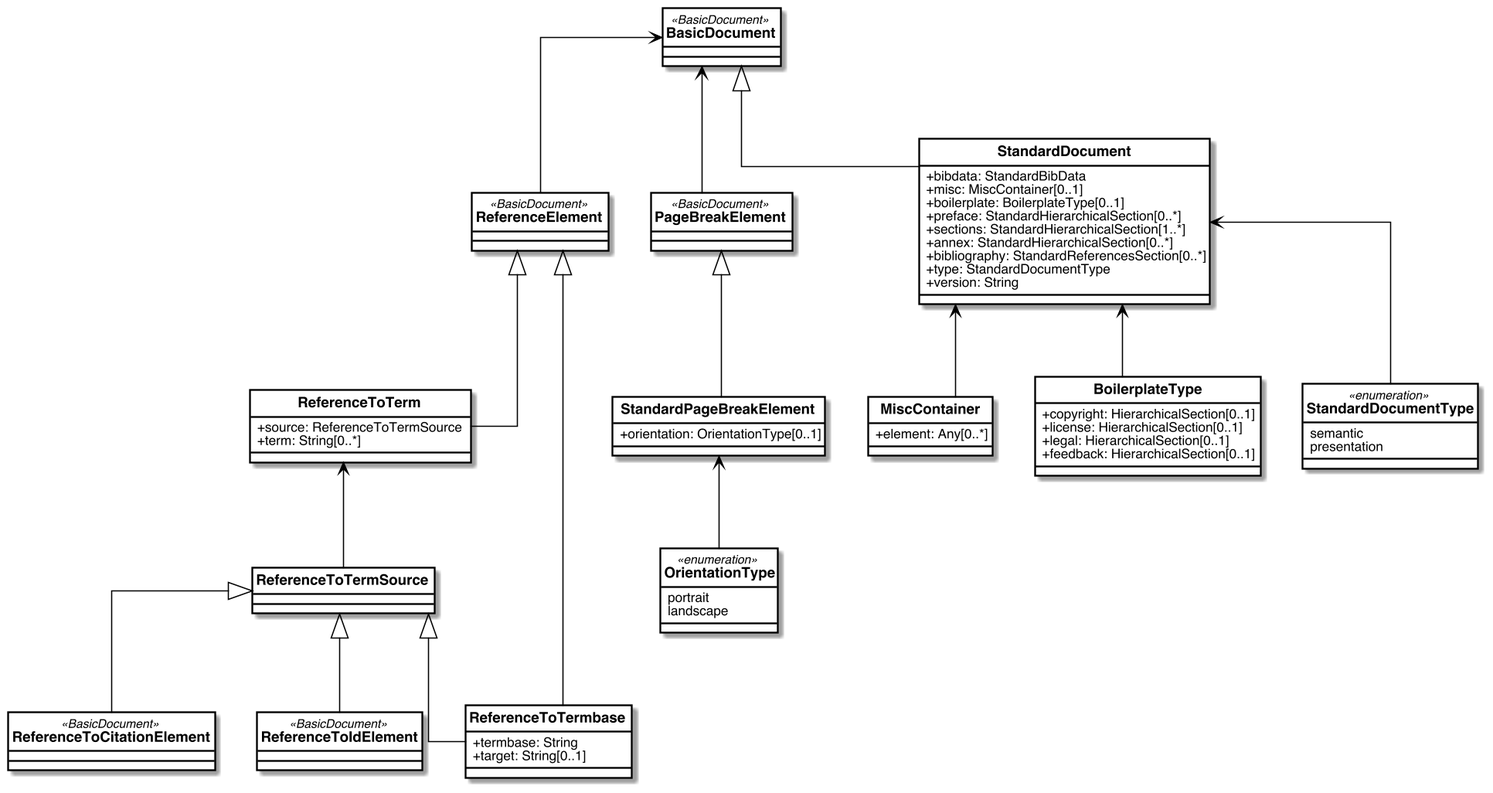
Before: standoc/images/StandardDoc_StandardDocument.png, a diagram exported from PlantUML (metanorma/standoc-models).
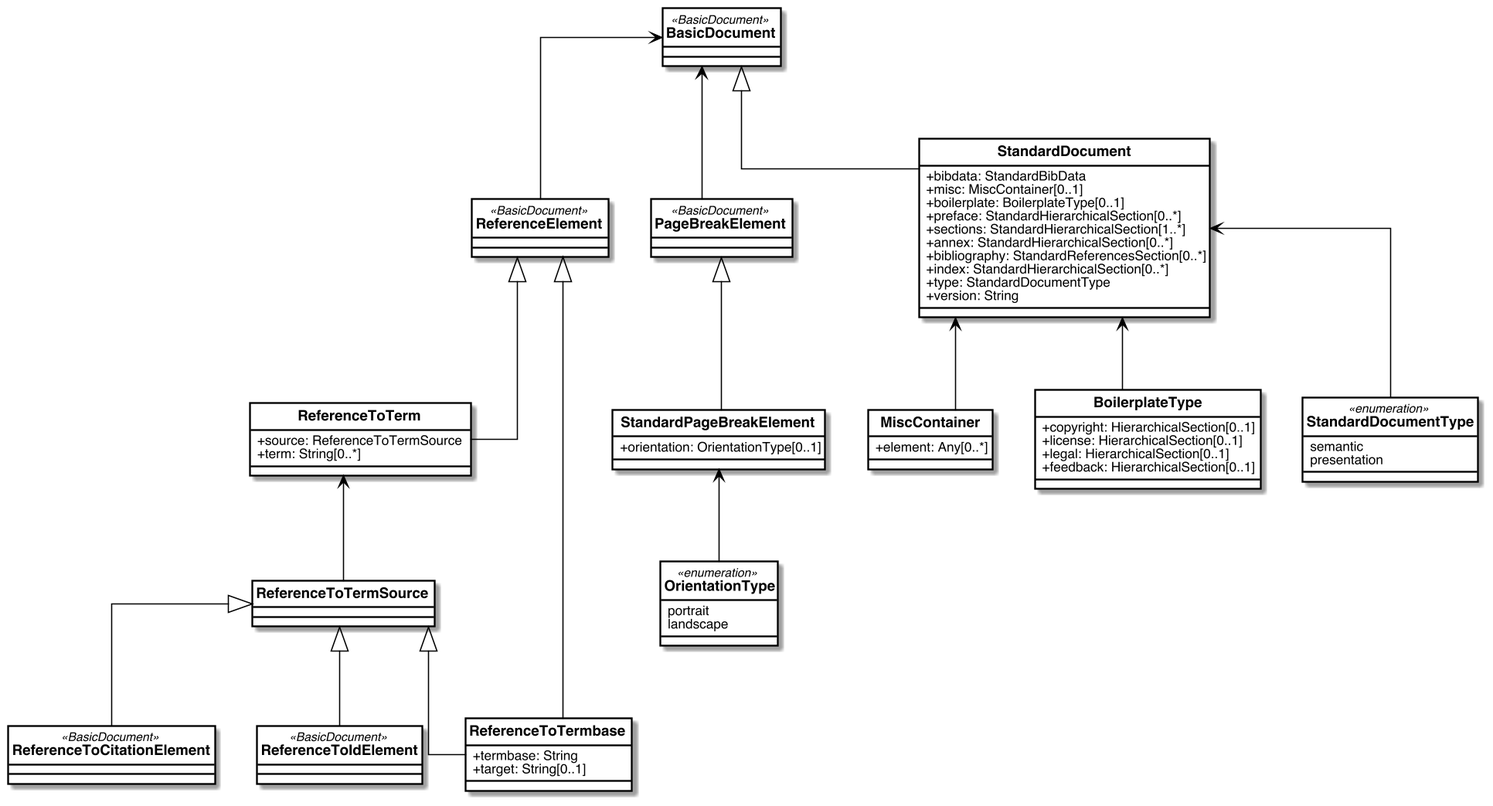
The same diagram one commit later.

The edit, as a diff of the source:
```diff
@@ -45,6 +45,7 @@
     +sections: StandardHierarchicalSection[1..*]
     +annex: StandardHierarchicalSection[0..*]
     +bibliography: StandardReferencesSection[0..*]
+    +index: StandardHierarchicalSection[0..*]
     +type: StandardDocumentType
     +version: String
 }
```
